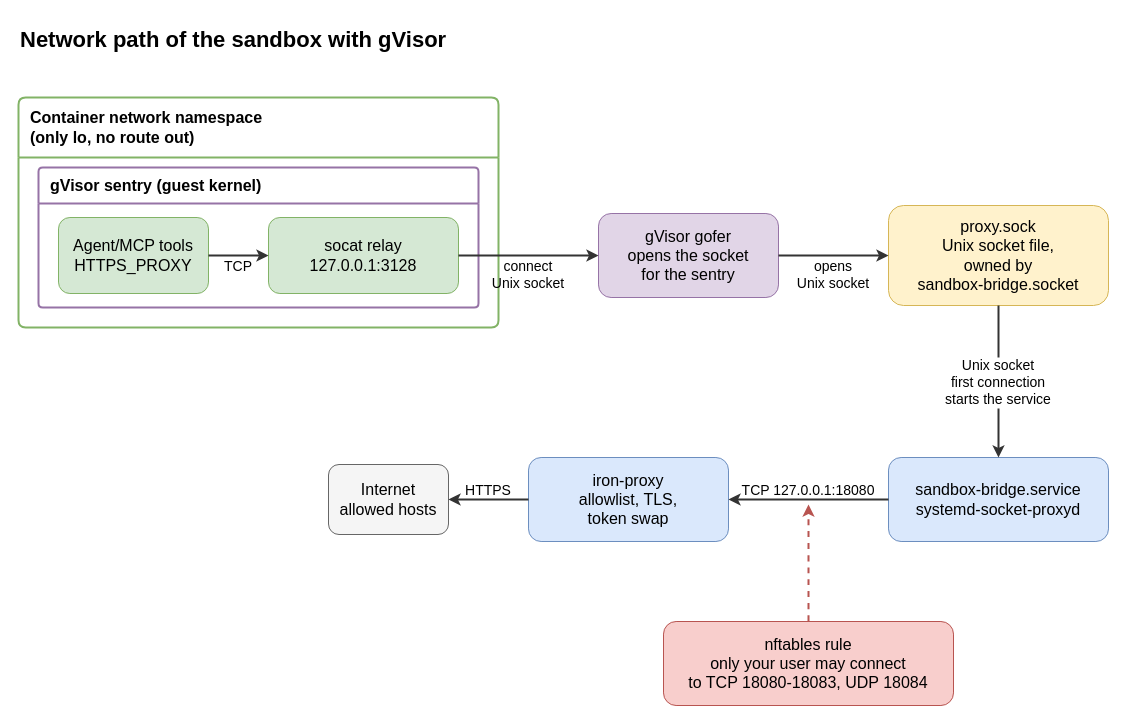
raghav19/engineersdaybook keeps this draw.io diagram as .sandbox/docs/diagrams/sandbox-network.drawio. Above is the earlier version. Source tidied: cells renumbered, new cells numbered last; positions are measured from the earlier drawing's top-left corner, leaving out a move shared by most shapes. Both pictures are drawn from the tidied source at 100%, with x=0, y=0 at pixel (18, 17).
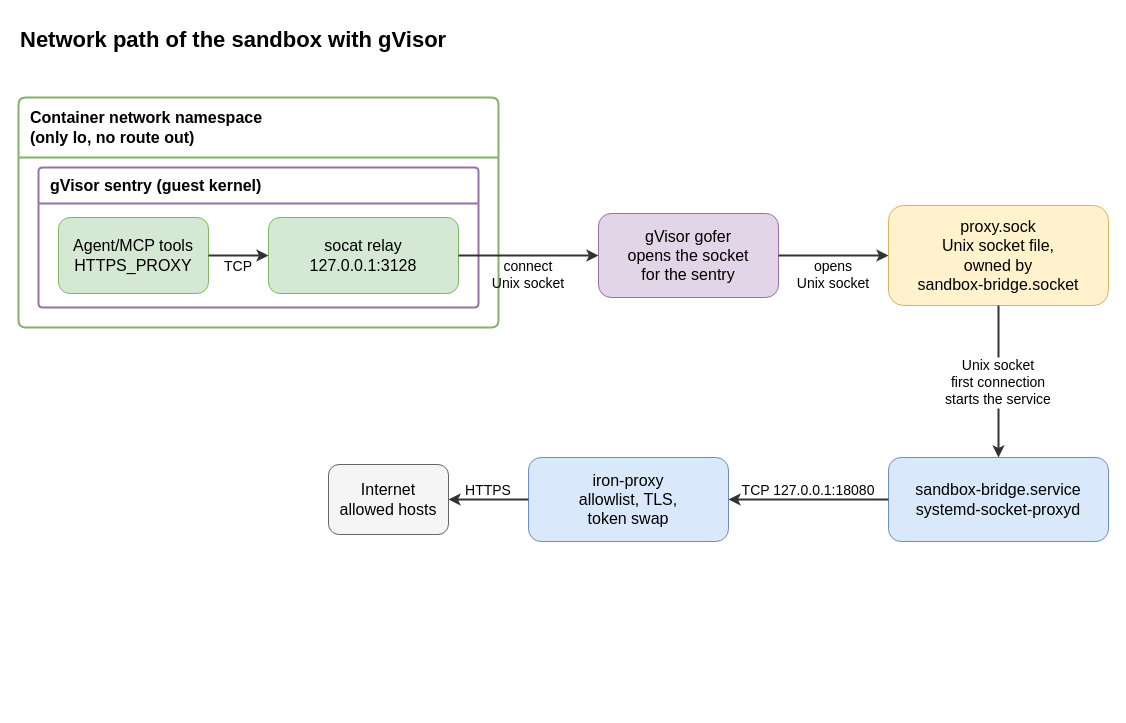
The same diagram, later.

What changed in the source:
```diff
@@
-    <mxCell id="12" value="nftables rule&#10;only your user may connect&#10;to TCP 18080-18083, UDP 18084" style="rounded=1;whiteSpace=wrap;html=0;fontSize=16;fillColor=#f8cecc;strokeColor=#b85450;" parent="1" vertex="1">
-      <mxGeometry x="645" y="604" width="290" height="84" as="geometry" />
-    </mxCell>
@@
-    <mxCell id="19" style="edgeStyle=orthogonalEdgeStyle;rounded=1;curved=1;html=0;dashed=1;fontSize=14;strokeWidth=2;strokeColor=#b85450;exitX=0.5;exitY=0.0;exitDx=0;exitDy=0;" parent="1" edge="1" source="12">
-      <mxGeometry relative="1" as="geometry">
-        <mxPoint x="790" y="487" as="targetPoint" />
-      </mxGeometry>
-    </mxCell>
```
